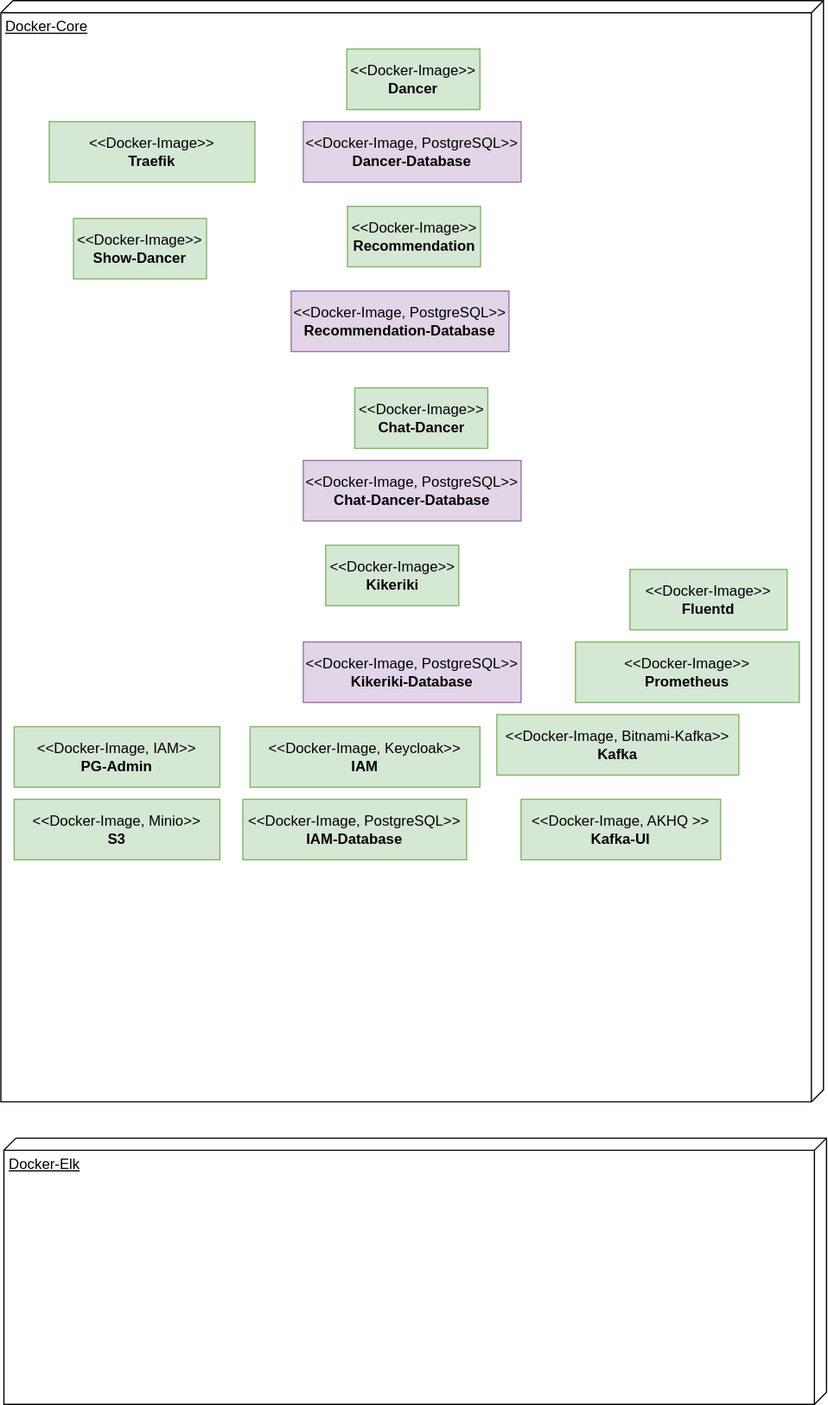
dancier/documentation keeps this draw.io diagram as src/main/jbake/content/documentation/arc42/images/deployment.drawio.svg. Above is the earlier version. Source tidied: cells renumbered, new cells last; positions are measured from the earlier drawing's top-left corner, leaving out a move shared by most shapes.
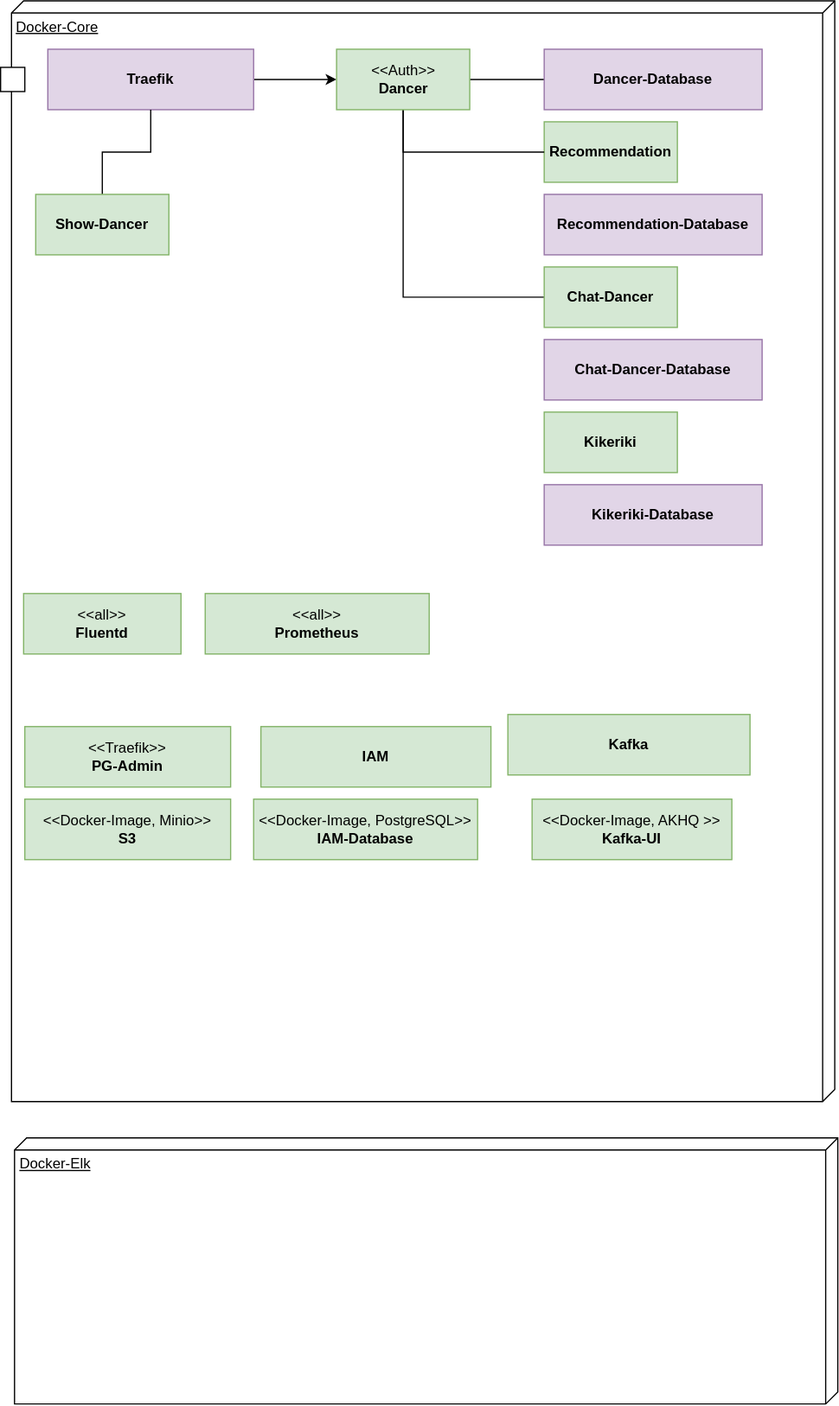
Later version of the same file.

Change to the diagram source:
```diff
@@ -8,28 +8,31 @@
     <mxCell id="3" value="&amp;lt;&amp;lt;Docker-Image, Minio&amp;gt;&amp;gt;&lt;br&gt;&lt;b&gt;S3&lt;/b&gt;" style="html=1;whiteSpace=wrap;fillColor=#d5e8d4;strokeColor=#82b366;" parent="1" vertex="1">
       <mxGeometry x="11" y="660" width="170" height="50" as="geometry" />
     </mxCell>
+    <mxCell id="22" style="edgeStyle=orthogonalEdgeStyle;rounded=0;jettySize=auto;html=1;entryX=0;entryY=0.5;entryDx=0;entryDy=0;" parent="1" edge="1" source="4" target="16">
+      <mxGeometry relative="1" as="geometry" />
+    </mxCell>
-    <mxCell id="4" value="&amp;lt;&amp;lt;Docker-Image&amp;gt;&amp;gt;&lt;br&gt;&lt;b&gt;Traefik&lt;/b&gt;" style="html=1;whiteSpace=wrap;fillColor=#d5e8d4;strokeColor=#82b366;" parent="1" vertex="1">
-      <mxGeometry x="40" y="100" width="170" height="50" as="geometry" />
+    <mxCell id="4" value="&lt;b&gt;Traefik&lt;/b&gt;" style="html=1;whiteSpace=wrap;fillColor=#e1d5e7;strokeColor=#9673a6;" parent="1" vertex="1">
+      <mxGeometry x="30" y="40" width="170" height="50" as="geometry" />
     </mxCell>
-    <mxCell id="5" value="&amp;lt;&amp;lt;Docker-Image&amp;gt;&amp;gt;&lt;br&gt;&lt;b&gt;Fluentd&lt;/b&gt;" style="html=1;whiteSpace=wrap;fillColor=#d5e8d4;strokeColor=#82b366;" parent="1" vertex="1">
-      <mxGeometry x="520" y="470" width="130" height="50" as="geometry" />
+    <mxCell id="5" value="&amp;lt;&amp;lt;all&amp;gt;&amp;gt;&lt;br&gt;&lt;b&gt;Fluentd&lt;/b&gt;" style="html=1;whiteSpace=wrap;fillColor=#d5e8d4;strokeColor=#82b366;" parent="1" vertex="1">
+      <mxGeometry x="10" y="490" width="130" height="50" as="geometry" />
     </mxCell>
-    <mxCell id="6" value="&amp;lt;&amp;lt;Docker-Image&amp;gt;&amp;gt;&lt;br&gt;&lt;b&gt;Prometheus&lt;/b&gt;" style="html=1;whiteSpace=wrap;fillColor=#d5e8d4;strokeColor=#82b366;" parent="1" vertex="1">
-      <mxGeometry x="475" y="530" width="185" height="50" as="geometry" />
+    <mxCell id="6" value="&amp;lt;&amp;lt;all&amp;gt;&amp;gt;&lt;br&gt;&lt;b&gt;Prometheus&lt;/b&gt;" style="html=1;whiteSpace=wrap;fillColor=#d5e8d4;strokeColor=#82b366;" parent="1" vertex="1">
+      <mxGeometry x="160" y="490" width="185" height="50" as="geometry" />
     </mxCell>
-    <mxCell id="7" value="&amp;lt;&amp;lt;Docker-Image&amp;gt;&amp;gt;&lt;br&gt;&lt;b&gt;Recommendation&lt;/b&gt;" style="html=1;whiteSpace=wrap;fillColor=#d5e8d4;strokeColor=#82b366;" parent="1" vertex="1">
-      <mxGeometry x="286.5" y="170" width="110" height="50" as="geometry" />
+    <mxCell id="7" value="&lt;b&gt;Recommendation&lt;/b&gt;" style="html=1;whiteSpace=wrap;fillColor=#d5e8d4;strokeColor=#82b366;" parent="1" vertex="1">
+      <mxGeometry x="440" y="100" width="110" height="50" as="geometry" />
     </mxCell>
-    <mxCell id="8" value="&amp;lt;&amp;lt;Docker-Image, PostgreSQL&amp;gt;&amp;gt;&lt;br&gt;&lt;b&gt;Recommendation-Database&lt;/b&gt;" style="html=1;whiteSpace=wrap;fillColor=#e1d5e7;strokeColor=#9673a6;" parent="1" vertex="1">
-      <mxGeometry x="240" y="240" width="180" height="50" as="geometry" />
+    <mxCell id="8" value="&lt;b&gt;Recommendation-Database&lt;/b&gt;" style="html=1;whiteSpace=wrap;fillColor=#e1d5e7;strokeColor=#9673a6;" parent="1" vertex="1">
+      <mxGeometry x="440" y="160" width="180" height="50" as="geometry" />
     </mxCell>
-    <mxCell id="9" value="&amp;lt;&amp;lt;Docker-Image, Keycloak&amp;gt;&amp;gt;&lt;br&gt;&lt;b&gt;IAM&lt;/b&gt;" style="html=1;whiteSpace=wrap;fillColor=#d5e8d4;strokeColor=#82b366;" parent="1" vertex="1">
+    <mxCell id="9" value="&lt;b&gt;IAM&lt;/b&gt;" style="html=1;whiteSpace=wrap;fillColor=#d5e8d4;strokeColor=#82b366;" parent="1" vertex="1">
       <mxGeometry x="206" y="600" width="190" height="50" as="geometry" />
     </mxCell>
-    <mxCell id="10" value="&amp;lt;&amp;lt;Docker-Image, IAM&amp;gt;&amp;gt;&lt;br&gt;&lt;b&gt;PG-Admin&lt;/b&gt;" style="html=1;whiteSpace=wrap;fillColor=#d5e8d4;strokeColor=#82b366;" parent="1" vertex="1">
+    <mxCell id="10" value="&amp;lt;&amp;lt;Traefik&amp;gt;&amp;gt;&lt;br&gt;&lt;b&gt;PG-Admin&lt;/b&gt;" style="html=1;whiteSpace=wrap;fillColor=#d5e8d4;strokeColor=#82b366;" parent="1" vertex="1">
       <mxGeometry x="11" y="600" width="170" height="50" as="geometry" />
     </mxCell>
-    <mxCell id="11" value="&amp;lt;&amp;lt;Docker-Image, Bitnami-Kafka&amp;gt;&amp;gt;&lt;br&gt;&lt;b&gt;Kafka&lt;/b&gt;" style="html=1;whiteSpace=wrap;fillColor=#d5e8d4;strokeColor=#82b366;" parent="1" vertex="1">
+    <mxCell id="11" value="&lt;b&gt;Kafka&lt;/b&gt;" style="html=1;whiteSpace=wrap;fillColor=#d5e8d4;strokeColor=#82b366;" parent="1" vertex="1">
       <mxGeometry x="410" y="590" width="200" height="50" as="geometry" />
     </mxCell>
     <mxCell id="12" value="&amp;lt;&amp;lt;Docker-Image, AKHQ &amp;gt;&amp;gt;&lt;br&gt;&lt;b&gt;Kafka-UI&lt;/b&gt;" style="html=1;whiteSpace=wrap;fillColor=#d5e8d4;strokeColor=#82b366;" parent="1" vertex="1">
@@ -38,29 +41,48 @@
     <mxCell id="13" value="&amp;lt;&amp;lt;Docker-Image, PostgreSQL&amp;gt;&amp;gt;&lt;br&gt;&lt;b&gt;IAM-Database&lt;/b&gt;" style="html=1;whiteSpace=wrap;fillColor=#d5e8d4;strokeColor=#82b366;" parent="1" vertex="1">
       <mxGeometry x="200" y="660" width="185" height="50" as="geometry" />
     </mxCell>
-    <mxCell id="14" value="&amp;lt;&amp;lt;Docker-Image&amp;gt;&amp;gt;&lt;br&gt;&lt;b&gt;Kikeriki&lt;/b&gt;" style="html=1;whiteSpace=wrap;fillColor=#d5e8d4;strokeColor=#82b366;" parent="1" vertex="1">
-      <mxGeometry x="268.5" y="450" width="110" height="50" as="geometry" />
+    <mxCell id="14" value="&lt;b&gt;Kikeriki&lt;/b&gt;" style="html=1;whiteSpace=wrap;fillColor=#d5e8d4;strokeColor=#82b366;" parent="1" vertex="1">
+      <mxGeometry x="440" y="340" width="110" height="50" as="geometry" />
     </mxCell>
+    <mxCell id="23" style="edgeStyle=orthogonalEdgeStyle;rounded=0;jettySize=auto;html=1;endArrow=none;endFill=0;" parent="1" edge="1" source="15" target="16">
+      <mxGeometry relative="1" as="geometry" />
+    </mxCell>
-    <mxCell id="15" value="&amp;lt;&amp;lt;Docker-Image&amp;gt;&amp;gt;&lt;br&gt;&lt;b&gt;Chat-Dancer&lt;/b&gt;" style="html=1;whiteSpace=wrap;fillColor=#d5e8d4;strokeColor=#82b366;" parent="1" vertex="1">
-      <mxGeometry x="292.5" y="320" width="110" height="50" as="geometry" />
+    <mxCell id="15" value="&lt;b&gt;Chat-Dancer&lt;/b&gt;" style="html=1;whiteSpace=wrap;fillColor=#d5e8d4;strokeColor=#82b366;" parent="1" vertex="1">
+      <mxGeometry x="440" y="220" width="110" height="50" as="geometry" />
     </mxCell>
+    <mxCell id="24" style="edgeStyle=orthogonalEdgeStyle;rounded=0;jettySize=auto;html=1;endArrow=none;endFill=0;" parent="1" edge="1" source="16" target="18">
+      <mxGeometry relative="1" as="geometry" />
+    </mxCell>
+    <mxCell id="25" style="edgeStyle=orthogonalEdgeStyle;rounded=0;jettySize=auto;html=1;entryX=0;entryY=0.5;entryDx=0;entryDy=0;endArrow=none;endFill=0;" parent="1" edge="1" source="16" target="7">
+      <mxGeometry relative="1" as="geometry">
+        <Array as="points">
+          <mxPoint x="324" y="125" />
+        </Array>
+      </mxGeometry>
+    </mxCell>
-    <mxCell id="16" value="&amp;lt;&amp;lt;Docker-Image&amp;gt;&amp;gt;&lt;br&gt;&lt;b&gt;Dancer&lt;/b&gt;" style="html=1;whiteSpace=wrap;fillColor=#d5e8d4;strokeColor=#82b366;" parent="1" vertex="1">
-      <mxGeometry x="286" y="40" width="110" height="50" as="geometry" />
+    <mxCell id="16" value="&amp;lt;&amp;lt;Auth&amp;gt;&amp;gt;&lt;br&gt;&lt;b&gt;Dancer&lt;/b&gt;" style="html=1;whiteSpace=wrap;fillColor=#d5e8d4;strokeColor=#82b366;" parent="1" vertex="1">
+      <mxGeometry x="268.5" y="40" width="110" height="50" as="geometry" />
     </mxCell>
+    <mxCell id="26" style="edgeStyle=orthogonalEdgeStyle;rounded=0;jettySize=auto;html=1;endArrow=none;endFill=0;" parent="1" edge="1" source="17" target="4">
+      <mxGeometry relative="1" as="geometry" />
+    </mxCell>
-    <mxCell id="17" value="&amp;lt;&amp;lt;Docker-Image&amp;gt;&amp;gt;&lt;br&gt;&lt;b&gt;Show-Dancer&lt;/b&gt;" style="html=1;whiteSpace=wrap;fillColor=#d5e8d4;strokeColor=#82b366;" parent="1" vertex="1">
-      <mxGeometry x="60" y="180" width="110" height="50" as="geometry" />
+    <mxCell id="17" value="&lt;b&gt;Show-Dancer&lt;/b&gt;" style="html=1;whiteSpace=wrap;fillColor=#d5e8d4;strokeColor=#82b366;" parent="1" vertex="1">
+      <mxGeometry x="20" y="160" width="110" height="50" as="geometry" />
     </mxCell>
-    <mxCell id="18" value="&amp;lt;&amp;lt;Docker-Image, PostgreSQL&amp;gt;&amp;gt;&lt;br&gt;&lt;b&gt;Dancer-Database&lt;/b&gt;" style="html=1;whiteSpace=wrap;fillColor=#e1d5e7;strokeColor=#9673a6;" parent="1" vertex="1">
-      <mxGeometry x="250" y="100" width="180" height="50" as="geometry" />
+    <mxCell id="18" value="&lt;b&gt;Dancer-Database&lt;/b&gt;" style="html=1;whiteSpace=wrap;fillColor=#e1d5e7;strokeColor=#9673a6;" parent="1" vertex="1">
+      <mxGeometry x="440" y="40" width="180" height="50" as="geometry" />
     </mxCell>
-    <mxCell id="19" value="&amp;lt;&amp;lt;Docker-Image, PostgreSQL&amp;gt;&amp;gt;&lt;br&gt;&lt;b&gt;Kikeriki-Database&lt;/b&gt;" style="html=1;whiteSpace=wrap;fillColor=#e1d5e7;strokeColor=#9673a6;" parent="1" vertex="1">
-      <mxGeometry x="250" y="530" width="180" height="50" as="geometry" />
+    <mxCell id="19" value="&lt;b&gt;Kikeriki-Database&lt;/b&gt;" style="html=1;whiteSpace=wrap;fillColor=#e1d5e7;strokeColor=#9673a6;" parent="1" vertex="1">
+      <mxGeometry x="440" y="400" width="180" height="50" as="geometry" />
     </mxCell>
-    <mxCell id="20" value="&amp;lt;&amp;lt;Docker-Image, PostgreSQL&amp;gt;&amp;gt;&lt;br&gt;&lt;b&gt;Chat-Dancer-Database&lt;/b&gt;" style="html=1;whiteSpace=wrap;fillColor=#e1d5e7;strokeColor=#9673a6;" parent="1" vertex="1">
-      <mxGeometry x="250" y="380" width="180" height="50" as="geometry" />
+    <mxCell id="20" value="&lt;b&gt;Chat-Dancer-Database&lt;/b&gt;" style="html=1;whiteSpace=wrap;fillColor=#e1d5e7;strokeColor=#9673a6;" parent="1" vertex="1">
+      <mxGeometry x="440" y="280" width="180" height="50" as="geometry" />
     </mxCell>
     <mxCell id="21" value="Docker-Elk" style="verticalAlign=top;align=left;spacingTop=8;spacingLeft=2;spacingRight=12;shape=cube;size=10;direction=south;fontStyle=4;html=1;whiteSpace=wrap;" parent="1" vertex="1">
       <mxGeometry x="2.5" y="940" width="680" height="220" as="geometry" />
     </mxCell>
+    <mxCell id="27" style="rounded=0;whiteSpace=wrap;html=1;" parent="1" vertex="1">
+      <mxGeometry x="-9" y="55" width="20" height="20" as="geometry" />
+    </mxCell>
   </root>
 </mxGraphModel>
```
